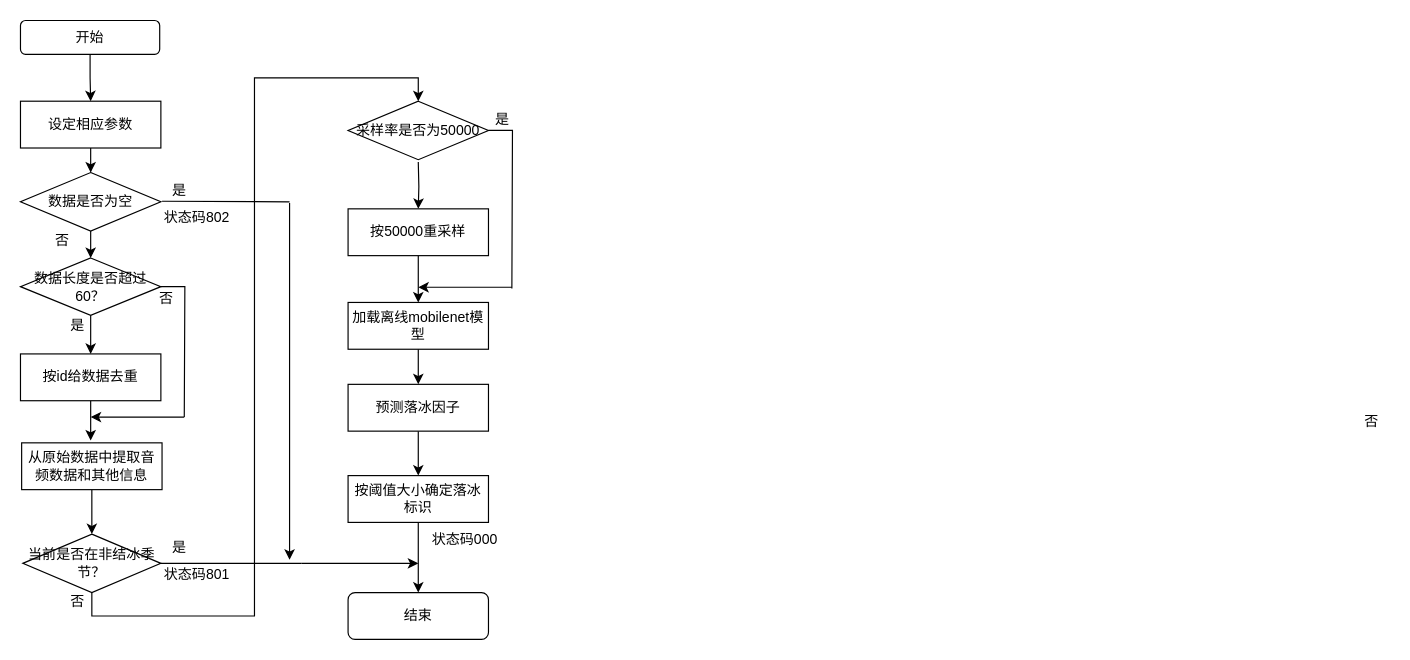
This is Untitled Diagram.drawio from Davidlee2017/aria2, a draw.io file, before an edit. Source tidied: cells renumbered, new cells numbered last; positions are measured from the earlier drawing's top-left corner, leaving out a move shared by most shapes. Both pictures are drawn from the tidied source at 117%, with x=0, y=0 at pixel (20, 20).
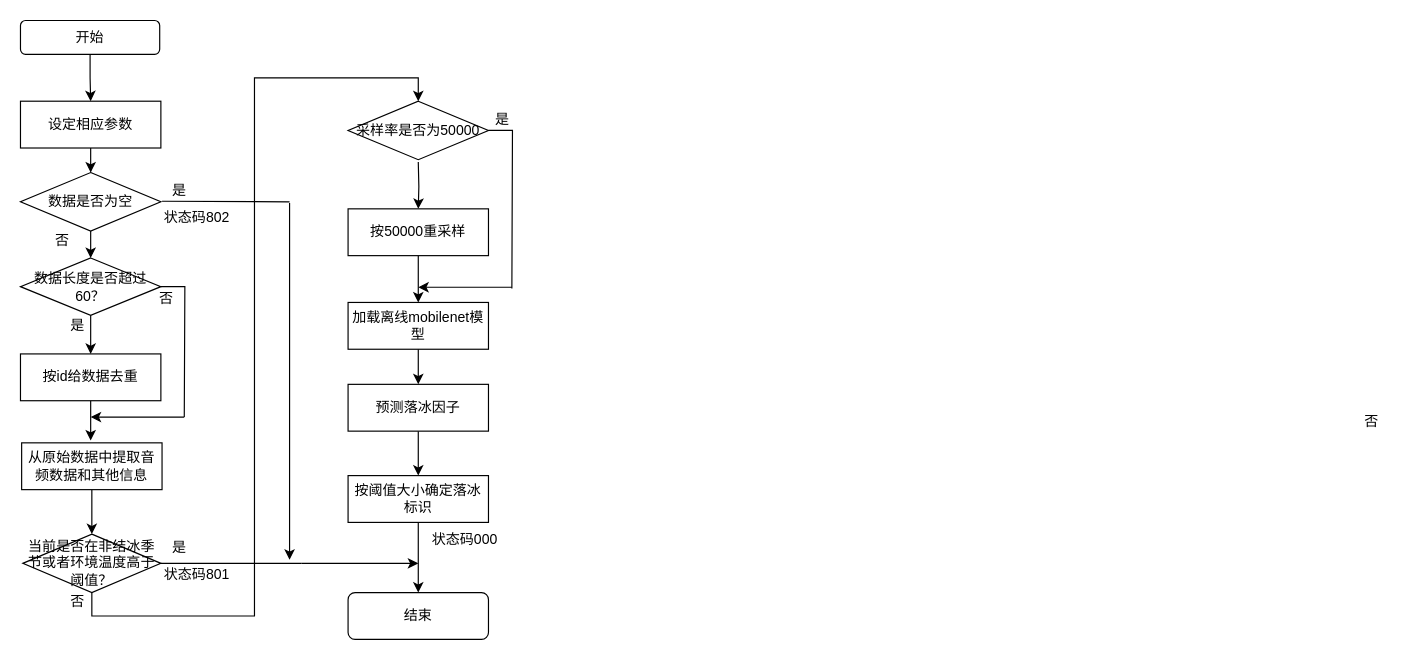
Above is the later version.

What changed in the source:
```diff
@@
-    <mxCell id="21" value="当前是否在非结冰季节？" style="rhombus;whiteSpace=wrap;html=1;" parent="1" vertex="1">
+    <mxCell id="21" value="当前是否在非结冰季节或者环境温度高于阈值？" style="rhombus;whiteSpace=wrap;html=1;" parent="1" vertex="1">
       <mxGeometry x="2" y="439" width="118" height="50" as="geometry" />
     </mxCell>
```
